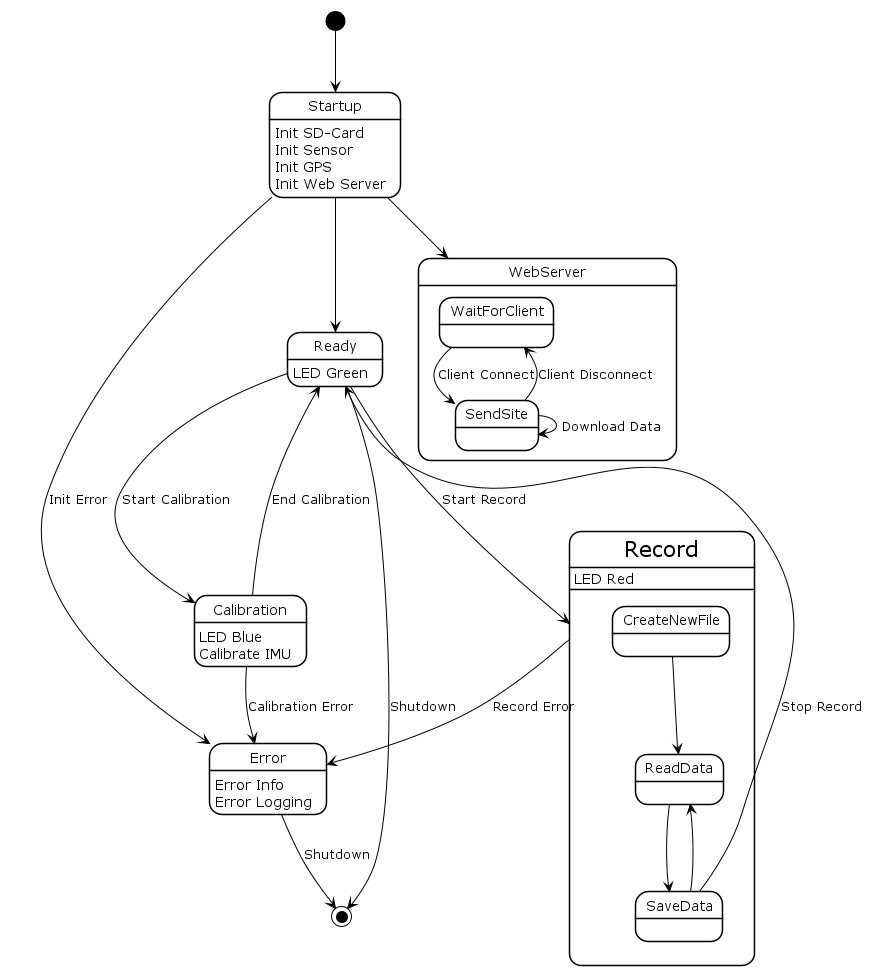
Earlier version of the PlantUML export out/doc/state-diagram/state-diagram.png (Kinaj1995/MotoData).
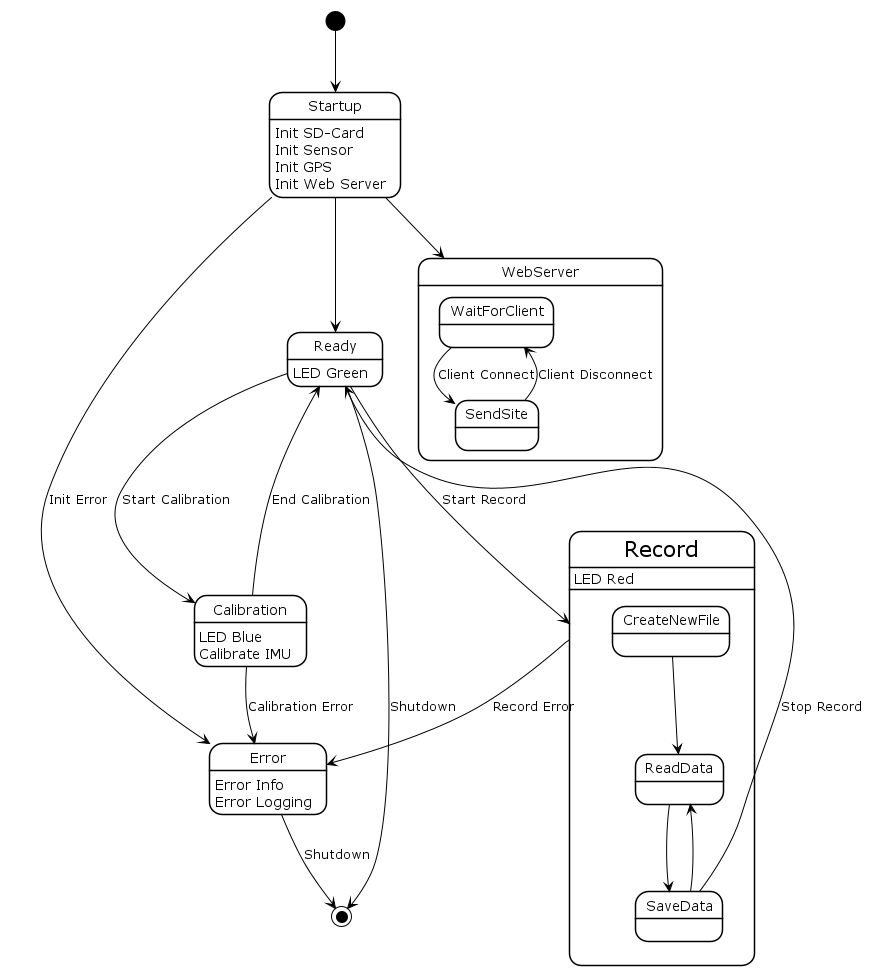
After the commit.

Change to the diagram source:
```diff
@@ -12,7 +12,6 @@
 state WebServer {
     WaitForClient --> SendSite : Client Connect
     SendSite --> WaitForClient : Client Disconnect
-    SendSite --> SendSite : Download Data
 }
 
 state Startup{
```
